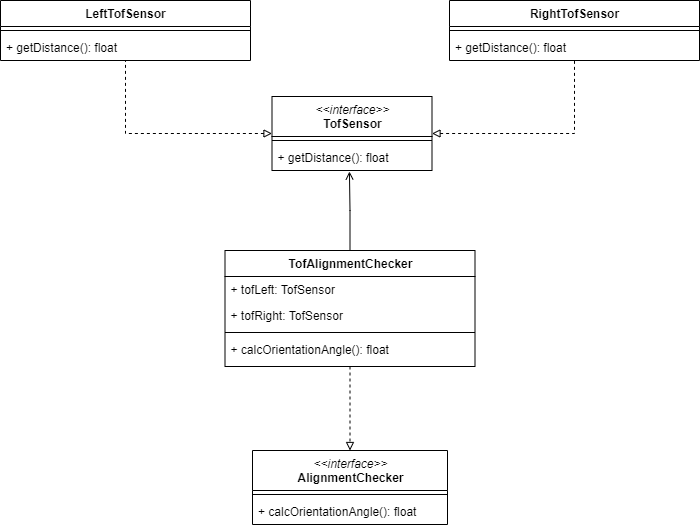
Above: img/softwarearchitektur/UML-TofAlignmentChecker.png in randombenj/hslu-pren2-doc (draw.io), before the change. Source tidied: cells renumbered, new cells last; positions are measured from the earlier drawing's top-left corner, leaving out a move shared by most shapes. Source of this version:
```xml
<mxGraphModel>
  <root>
    <mxCell id="0" />
    <mxCell id="1" parent="0" />
    <mxCell id="2" value="&amp;lt;&amp;lt;interface&amp;gt;&amp;gt;&lt;br&gt;&lt;span style=&quot;font-style: normal&quot;&gt;&lt;b&gt;AlignmentChecker&lt;/b&gt;&lt;/span&gt;" style="swimlane;fontStyle=2;align=center;verticalAlign=top;horizontal=1;startSize=40;html=1;" parent="1" vertex="1">
      <mxGeometry x="252" y="450" width="195" height="74" as="geometry" />
    </mxCell>
    <mxCell id="3" style="line;strokeWidth=1;fillColor=none;align=left;verticalAlign=middle;spacingTop=-1;spacingLeft=3;spacingRight=3;labelPosition=right;" parent="2" vertex="1">
      <mxGeometry y="40" width="195" height="8" as="geometry" />
    </mxCell>
    <mxCell id="4" value="+ calcOrientationAngle(): float" style="text;strokeColor=none;fillColor=none;align=left;verticalAlign=top;spacingLeft=4;spacingRight=4;overflow=hidden;" parent="2" vertex="1">
      <mxGeometry y="48" width="195" height="26" as="geometry" />
    </mxCell>
    <mxCell id="5" style="edgeStyle=orthogonalEdgeStyle;rounded=0;jettySize=auto;html=1;exitX=0.5;exitY=0;exitDx=0;exitDy=0;entryX=0.484;entryY=1.038;entryDx=0;entryDy=0;entryPerimeter=0;endArrow=open;endFill=0;" parent="1" edge="1" source="7" target="16">
      <mxGeometry relative="1" as="geometry" />
    </mxCell>
    <mxCell id="6" style="edgeStyle=orthogonalEdgeStyle;rounded=0;jettySize=auto;html=1;entryX=0.5;entryY=0;entryDx=0;entryDy=0;endArrow=block;endFill=0;dashed=1;" parent="1" edge="1" source="7" target="2">
      <mxGeometry relative="1" as="geometry" />
    </mxCell>
    <mxCell id="7" value="TofAlignmentChecker" style="swimlane;fontStyle=1;align=center;verticalAlign=top;horizontal=1;startSize=26;html=1;" parent="1" vertex="1">
      <mxGeometry x="224.5" y="250" width="250" height="116" as="geometry" />
    </mxCell>
    <mxCell id="8" value="+ tofLeft: TofSensor" style="text;strokeColor=none;fillColor=none;align=left;verticalAlign=top;spacingLeft=4;spacingRight=4;overflow=hidden;points=[[0,0.5],[1,0.5]];portConstraint=eastwest;" parent="7" vertex="1">
      <mxGeometry y="26" width="250" height="26" as="geometry" />
    </mxCell>
    <mxCell id="9" value="+ tofRight: TofSensor" style="text;strokeColor=none;fillColor=none;align=left;verticalAlign=top;spacingLeft=4;spacingRight=4;overflow=hidden;" parent="7" vertex="1">
      <mxGeometry y="52" width="250" height="26" as="geometry" />
    </mxCell>
    <mxCell id="10" style="line;strokeWidth=1;fillColor=none;align=left;verticalAlign=middle;spacingTop=-1;spacingLeft=3;spacingRight=3;labelPosition=right;" parent="7" vertex="1">
      <mxGeometry y="78" width="250" height="8" as="geometry" />
    </mxCell>
    <mxCell id="11" value="+ calcOrientationAngle(): float" style="text;strokeColor=none;fillColor=none;align=left;verticalAlign=top;spacingLeft=4;spacingRight=4;overflow=hidden;" parent="7" vertex="1">
      <mxGeometry y="86" width="250" height="30" as="geometry" />
    </mxCell>
    <mxCell id="12" style="edgeStyle=orthogonalEdgeStyle;rounded=0;jettySize=auto;html=1;exitX=1;exitY=0.5;exitDx=0;exitDy=0;dashed=1;endArrow=none;endFill=0;startArrow=block;startFill=0;" parent="1" edge="1" source="14" target="20">
      <mxGeometry relative="1" as="geometry" />
    </mxCell>
    <mxCell id="13" style="edgeStyle=orthogonalEdgeStyle;rounded=0;jettySize=auto;html=1;exitX=0;exitY=0.5;exitDx=0;exitDy=0;dashed=1;endArrow=none;endFill=0;startArrow=block;startFill=0;" parent="1" edge="1" source="14" target="17">
      <mxGeometry relative="1" as="geometry" />
    </mxCell>
    <mxCell id="14" value="&amp;lt;&amp;lt;interface&amp;gt;&amp;gt;&lt;br&gt;&lt;span style=&quot;font-style: normal&quot;&gt;&lt;b&gt;TofSensor&lt;/b&gt;&lt;/span&gt;" style="swimlane;fontStyle=2;align=center;verticalAlign=top;horizontal=1;startSize=40;html=1;" parent="1" vertex="1">
      <mxGeometry x="271.5" y="96" width="160" height="74" as="geometry" />
    </mxCell>
    <mxCell id="15" style="line;strokeWidth=1;fillColor=none;align=left;verticalAlign=middle;spacingTop=-1;spacingLeft=3;spacingRight=3;labelPosition=right;" parent="14" vertex="1">
      <mxGeometry y="40" width="160" height="8" as="geometry" />
    </mxCell>
    <mxCell id="16" value="+ getDistance(): float" style="text;strokeColor=none;fillColor=none;align=left;verticalAlign=top;spacingLeft=4;spacingRight=4;overflow=hidden;points=[[0,0.5],[1,0.5]];portConstraint=eastwest;" parent="14" vertex="1">
      <mxGeometry y="48" width="160" height="26" as="geometry" />
    </mxCell>
    <mxCell id="17" value="LeftTofSensor" style="swimlane;fontStyle=1;align=center;verticalAlign=top;horizontal=1;startSize=26;html=1;" parent="1" vertex="1">
      <mxGeometry width="250" height="60" as="geometry" />
    </mxCell>
    <mxCell id="18" style="line;strokeWidth=1;fillColor=none;align=left;verticalAlign=middle;spacingTop=-1;spacingLeft=3;spacingRight=3;labelPosition=right;" parent="17" vertex="1">
      <mxGeometry y="26" width="250" height="8" as="geometry" />
    </mxCell>
    <mxCell id="19" value="+ getDistance(): float" style="text;strokeColor=none;fillColor=none;align=left;verticalAlign=top;spacingLeft=4;spacingRight=4;overflow=hidden;" parent="17" vertex="1">
      <mxGeometry y="34" width="250" height="26" as="geometry" />
    </mxCell>
    <mxCell id="20" value="RightTofSensor" style="swimlane;fontStyle=1;align=center;verticalAlign=top;horizontal=1;startSize=26;html=1;" parent="1" vertex="1">
      <mxGeometry x="449" width="250" height="60" as="geometry" />
    </mxCell>
    <mxCell id="21" style="line;strokeWidth=1;fillColor=none;align=left;verticalAlign=middle;spacingTop=-1;spacingLeft=3;spacingRight=3;labelPosition=right;" parent="20" vertex="1">
      <mxGeometry y="26" width="250" height="8" as="geometry" />
    </mxCell>
    <mxCell id="22" value="+ getDistance(): float" style="text;strokeColor=none;fillColor=none;align=left;verticalAlign=top;spacingLeft=4;spacingRight=4;overflow=hidden;" parent="20" vertex="1">
      <mxGeometry y="34" width="250" height="26" as="geometry" />
    </mxCell>
  </root>
</mxGraphModel>
```
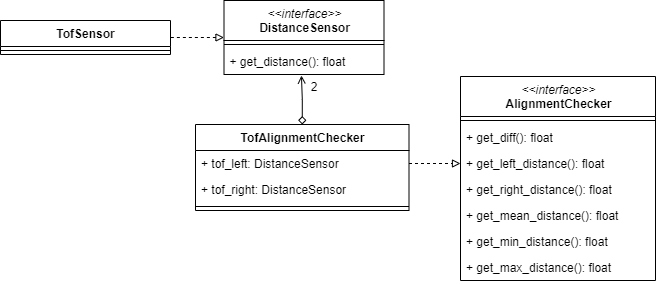
Later version of the same file.

What changed in the source:
```diff
@@ -3,67 +3,67 @@
     <mxCell id="0" />
     <mxCell id="1" parent="0" />
     <mxCell id="2" value="&amp;lt;&amp;lt;interface&amp;gt;&amp;gt;&lt;br&gt;&lt;span style=&quot;font-style: normal&quot;&gt;&lt;b&gt;AlignmentChecker&lt;/b&gt;&lt;/span&gt;" style="swimlane;fontStyle=2;align=center;verticalAlign=top;horizontal=1;startSize=40;html=1;" parent="1" vertex="1">
-      <mxGeometry x="252" y="450" width="195" height="74" as="geometry" />
+      <mxGeometry x="488" y="206" width="195" height="204" as="geometry" />
     </mxCell>
     <mxCell id="3" style="line;strokeWidth=1;fillColor=none;align=left;verticalAlign=middle;spacingTop=-1;spacingLeft=3;spacingRight=3;labelPosition=right;" parent="2" vertex="1">
       <mxGeometry y="40" width="195" height="8" as="geometry" />
     </mxCell>
-    <mxCell id="4" value="+ calcOrientationAngle(): float" style="text;strokeColor=none;fillColor=none;align=left;verticalAlign=top;spacingLeft=4;spacingRight=4;overflow=hidden;" parent="2" vertex="1">
+    <mxCell id="4" value="+ get_diff(): float" style="text;strokeColor=none;fillColor=none;align=left;verticalAlign=top;spacingLeft=4;spacingRight=4;overflow=hidden;" parent="2" vertex="1">
       <mxGeometry y="48" width="195" height="26" as="geometry" />
     </mxCell>
+    <mxCell id="23" value="+ get_left_distance(): float" style="text;strokeColor=none;fillColor=none;align=left;verticalAlign=top;spacingLeft=4;spacingRight=4;overflow=hidden;points=[[0,0.5],[1,0.5]];portConstraint=eastwest;" parent="2" vertex="1">
+      <mxGeometry y="74" width="195" height="26" as="geometry" />
+    </mxCell>
+    <mxCell id="24" value="+ get_right_distance(): float" style="text;strokeColor=none;fillColor=none;align=left;verticalAlign=top;spacingLeft=4;spacingRight=4;overflow=hidden;" parent="2" vertex="1">
+      <mxGeometry y="100" width="195" height="26" as="geometry" />
+    </mxCell>
+    <mxCell id="25" value="+ get_mean_distance(): float" style="text;strokeColor=none;fillColor=none;align=left;verticalAlign=top;spacingLeft=4;spacingRight=4;overflow=hidden;" parent="2" vertex="1">
+      <mxGeometry y="126" width="195" height="26" as="geometry" />
+    </mxCell>
+    <mxCell id="26" value="+ get_min_distance(): float" style="text;strokeColor=none;fillColor=none;align=left;verticalAlign=top;spacingLeft=4;spacingRight=4;overflow=hidden;" parent="2" vertex="1">
+      <mxGeometry y="152" width="195" height="26" as="geometry" />
+    </mxCell>
+    <mxCell id="27" value="+ get_max_distance(): float" style="text;strokeColor=none;fillColor=none;align=left;verticalAlign=top;spacingLeft=4;spacingRight=4;overflow=hidden;" parent="2" vertex="1">
+      <mxGeometry y="178" width="195" height="26" as="geometry" />
+    </mxCell>
-    <mxCell id="5" style="edgeStyle=orthogonalEdgeStyle;rounded=0;jettySize=auto;html=1;exitX=0.5;exitY=0;exitDx=0;exitDy=0;entryX=0.484;entryY=1.038;entryDx=0;entryDy=0;entryPerimeter=0;endArrow=open;endFill=0;" parent="1" edge="1" source="7" target="16">
+    <mxCell id="5" style="edgeStyle=orthogonalEdgeStyle;rounded=0;jettySize=auto;html=1;exitX=0.5;exitY=0;exitDx=0;exitDy=0;entryX=0.484;entryY=1.038;entryDx=0;entryDy=0;entryPerimeter=0;endArrow=open;endFill=0;startArrow=diamond;startFill=0;" parent="1" edge="1" source="7" target="16">
       <mxGeometry relative="1" as="geometry" />
     </mxCell>
-    <mxCell id="6" style="edgeStyle=orthogonalEdgeStyle;rounded=0;jettySize=auto;html=1;entryX=0.5;entryY=0;entryDx=0;entryDy=0;endArrow=block;endFill=0;dashed=1;" parent="1" edge="1" source="7" target="2">
-      <mxGeometry relative="1" as="geometry" />
-    </mxCell>
     <mxCell id="7" value="TofAlignmentChecker" style="swimlane;fontStyle=1;align=center;verticalAlign=top;horizontal=1;startSize=26;html=1;" parent="1" vertex="1">
-      <mxGeometry x="224.5" y="250" width="250" height="116" as="geometry" />
+      <mxGeometry x="223" y="254" width="213.5" height="86" as="geometry" />
     </mxCell>
-    <mxCell id="8" value="+ tofLeft: TofSensor" style="text;strokeColor=none;fillColor=none;align=left;verticalAlign=top;spacingLeft=4;spacingRight=4;overflow=hidden;points=[[0,0.5],[1,0.5]];portConstraint=eastwest;" parent="7" vertex="1">
-      <mxGeometry y="26" width="250" height="26" as="geometry" />
+    <mxCell id="8" value="+ tof_left: DistanceSensor" style="text;strokeColor=none;fillColor=none;align=left;verticalAlign=top;spacingLeft=4;spacingRight=4;overflow=hidden;points=[[0,0.5],[1,0.5]];portConstraint=eastwest;" parent="7" vertex="1">
+      <mxGeometry y="26" width="213.5" height="26" as="geometry" />
     </mxCell>
-    <mxCell id="9" value="+ tofRight: TofSensor" style="text;strokeColor=none;fillColor=none;align=left;verticalAlign=top;spacingLeft=4;spacingRight=4;overflow=hidden;" parent="7" vertex="1">
-      <mxGeometry y="52" width="250" height="26" as="geometry" />
+    <mxCell id="9" value="+ tof_right: DistanceSensor" style="text;strokeColor=none;fillColor=none;align=left;verticalAlign=top;spacingLeft=4;spacingRight=4;overflow=hidden;" parent="7" vertex="1">
+      <mxGeometry y="52" width="213.5" height="26" as="geometry" />
     </mxCell>
     <mxCell id="10" style="line;strokeWidth=1;fillColor=none;align=left;verticalAlign=middle;spacingTop=-1;spacingLeft=3;spacingRight=3;labelPosition=right;" parent="7" vertex="1">
-      <mxGeometry y="78" width="250" height="8" as="geometry" />
+      <mxGeometry y="78" width="213.5" height="8" as="geometry" />
     </mxCell>
-    <mxCell id="11" value="+ calcOrientationAngle(): float" style="text;strokeColor=none;fillColor=none;align=left;verticalAlign=top;spacingLeft=4;spacingRight=4;overflow=hidden;" parent="7" vertex="1">
-      <mxGeometry y="86" width="250" height="30" as="geometry" />
-    </mxCell>
-    <mxCell id="12" style="edgeStyle=orthogonalEdgeStyle;rounded=0;jettySize=auto;html=1;exitX=1;exitY=0.5;exitDx=0;exitDy=0;dashed=1;endArrow=none;endFill=0;startArrow=block;startFill=0;" parent="1" edge="1" source="14" target="20">
-      <mxGeometry relative="1" as="geometry" />
-    </mxCell>
     <mxCell id="13" style="edgeStyle=orthogonalEdgeStyle;rounded=0;jettySize=auto;html=1;exitX=0;exitY=0.5;exitDx=0;exitDy=0;dashed=1;endArrow=none;endFill=0;startArrow=block;startFill=0;" parent="1" edge="1" source="14" target="17">
       <mxGeometry relative="1" as="geometry" />
     </mxCell>
-    <mxCell id="14" value="&amp;lt;&amp;lt;interface&amp;gt;&amp;gt;&lt;br&gt;&lt;span style=&quot;font-style: normal&quot;&gt;&lt;b&gt;TofSensor&lt;/b&gt;&lt;/span&gt;" style="swimlane;fontStyle=2;align=center;verticalAlign=top;horizontal=1;startSize=40;html=1;" parent="1" vertex="1">
-      <mxGeometry x="271.5" y="96" width="160" height="74" as="geometry" />
+    <mxCell id="14" value="&amp;lt;&amp;lt;interface&amp;gt;&amp;gt;&lt;br&gt;&lt;span style=&quot;font-style: normal&quot;&gt;&lt;b&gt;DistanceSensor&lt;/b&gt;&lt;/span&gt;" style="swimlane;fontStyle=2;align=center;verticalAlign=top;horizontal=1;startSize=40;html=1;" parent="1" vertex="1">
+      <mxGeometry x="251.5" y="130" width="160" height="74" as="geometry" />
     </mxCell>
     <mxCell id="15" style="line;strokeWidth=1;fillColor=none;align=left;verticalAlign=middle;spacingTop=-1;spacingLeft=3;spacingRight=3;labelPosition=right;" parent="14" vertex="1">
       <mxGeometry y="40" width="160" height="8" as="geometry" />
     </mxCell>
-    <mxCell id="16" value="+ getDistance(): float" style="text;strokeColor=none;fillColor=none;align=left;verticalAlign=top;spacingLeft=4;spacingRight=4;overflow=hidden;points=[[0,0.5],[1,0.5]];portConstraint=eastwest;" parent="14" vertex="1">
+    <mxCell id="16" value="+ get_distance(): float" style="text;strokeColor=none;fillColor=none;align=left;verticalAlign=top;spacingLeft=4;spacingRight=4;overflow=hidden;points=[[0,0.5],[1,0.5]];portConstraint=eastwest;" parent="14" vertex="1">
       <mxGeometry y="48" width="160" height="26" as="geometry" />
     </mxCell>
-    <mxCell id="17" value="LeftTofSensor" style="swimlane;fontStyle=1;align=center;verticalAlign=top;horizontal=1;startSize=26;html=1;" parent="1" vertex="1">
-      <mxGeometry width="250" height="60" as="geometry" />
+    <mxCell id="17" value="TofSensor" style="swimlane;fontStyle=1;align=center;verticalAlign=top;horizontal=1;startSize=26;html=1;" parent="1" vertex="1">
+      <mxGeometry x="28" y="150" width="170" height="34" as="geometry" />
     </mxCell>
     <mxCell id="18" style="line;strokeWidth=1;fillColor=none;align=left;verticalAlign=middle;spacingTop=-1;spacingLeft=3;spacingRight=3;labelPosition=right;" parent="17" vertex="1">
-      <mxGeometry y="26" width="250" height="8" as="geometry" />
+      <mxGeometry y="26" width="170" height="8" as="geometry" />
     </mxCell>
-    <mxCell id="19" value="+ getDistance(): float" style="text;strokeColor=none;fillColor=none;align=left;verticalAlign=top;spacingLeft=4;spacingRight=4;overflow=hidden;" parent="17" vertex="1">
-      <mxGeometry y="34" width="250" height="26" as="geometry" />
-    </mxCell>
-    <mxCell id="20" value="RightTofSensor" style="swimlane;fontStyle=1;align=center;verticalAlign=top;horizontal=1;startSize=26;html=1;" parent="1" vertex="1">
-      <mxGeometry x="449" width="250" height="60" as="geometry" />
-    </mxCell>
-    <mxCell id="21" style="line;strokeWidth=1;fillColor=none;align=left;verticalAlign=middle;spacingTop=-1;spacingLeft=3;spacingRight=3;labelPosition=right;" parent="20" vertex="1">
-      <mxGeometry y="26" width="250" height="8" as="geometry" />
-    </mxCell>
-    <mxCell id="22" value="+ getDistance(): float" style="text;strokeColor=none;fillColor=none;align=left;verticalAlign=top;spacingLeft=4;spacingRight=4;overflow=hidden;" parent="20" vertex="1">
-      <mxGeometry y="34" width="250" height="26" as="geometry" />
-    </mxCell>
+    <mxCell id="28" style="edgeStyle=orthogonalEdgeStyle;rounded=0;jettySize=auto;html=1;exitX=1;exitY=0.5;exitDx=0;exitDy=0;entryX=0;entryY=0.5;entryDx=0;entryDy=0;dashed=1;endArrow=block;endFill=0;" parent="1" edge="1" source="8" target="23">
+      <mxGeometry relative="1" as="geometry" />
+    </mxCell>
+    <mxCell id="29" value="2" style="text;html=1;strokeColor=none;fillColor=none;align=center;verticalAlign=middle;whiteSpace=wrap;rounded=0;" parent="1" vertex="1">
+      <mxGeometry x="337" y="206" width="10" height="20" as="geometry" />
+    </mxCell>
   </root>
 </mxGraphModel>
```
